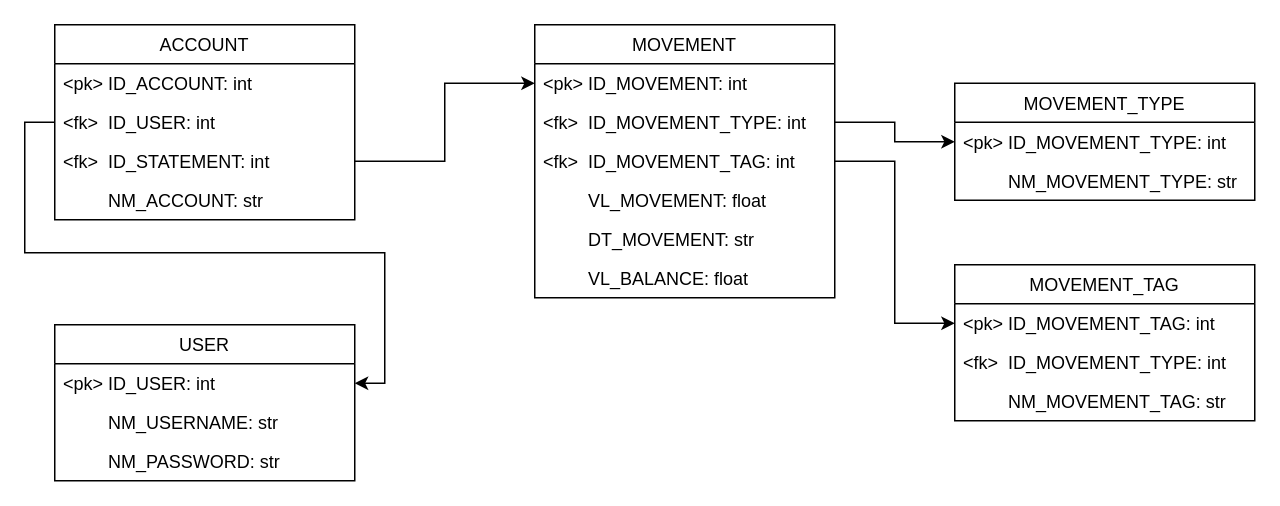
This is backend/core/database/schema.drawio from senavs/ctrl-finances, a draw.io file, before an edit. Source tidied: cells renumbered, new cells numbered last; positions are measured from the earlier drawing's top-left corner, leaving out a move shared by most shapes. Both pictures are drawn from the tidied source at 150%, with x=0, y=0 at pixel (54, 24).
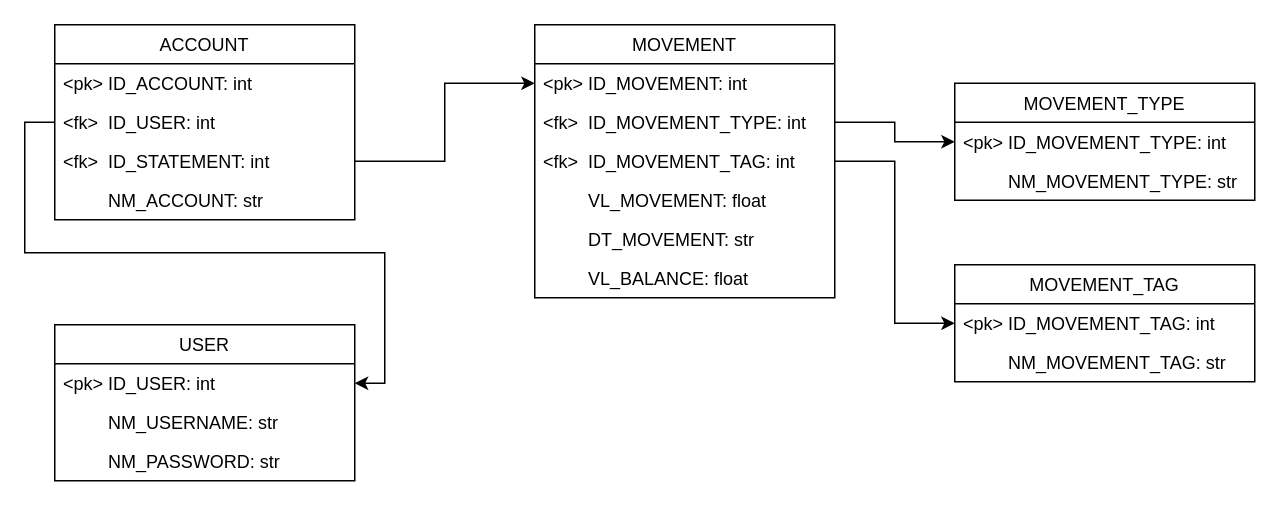
The same page after the edit.

Change to the diagram source:
```diff
@@
     <mxCell id="24" value="MOVEMENT_TAG" style="swimlane;fontStyle=0;horizontal=1;startSize=26;fillColor=none;" parent="1" vertex="1">
-      <mxGeometry x="600" y="160" width="200" height="104" as="geometry" />
+      <mxGeometry x="600" y="160" width="200" height="78" as="geometry" />
     </mxCell>
@@
-    <mxCell id="26" value="&lt;fk&gt;  ID_MOVEMENT_TYPE: int" style="text;strokeColor=none;fillColor=none;align=left;verticalAlign=top;spacingLeft=4;spacingRight=4;overflow=hidden;" parent="24" vertex="1">
-      <mxGeometry y="52" width="200" height="26" as="geometry" />
-    </mxCell>
     <mxCell id="27" value="         NM_MOVEMENT_TAG: str" style="text;strokeColor=none;fillColor=none;align=left;verticalAlign=top;spacingLeft=4;spacingRight=4;overflow=hidden;" parent="24" vertex="1">
-      <mxGeometry y="78" width="200" height="26" as="geometry" />
+      <mxGeometry y="52" width="200" height="26" as="geometry" />
     </mxCell>
```
